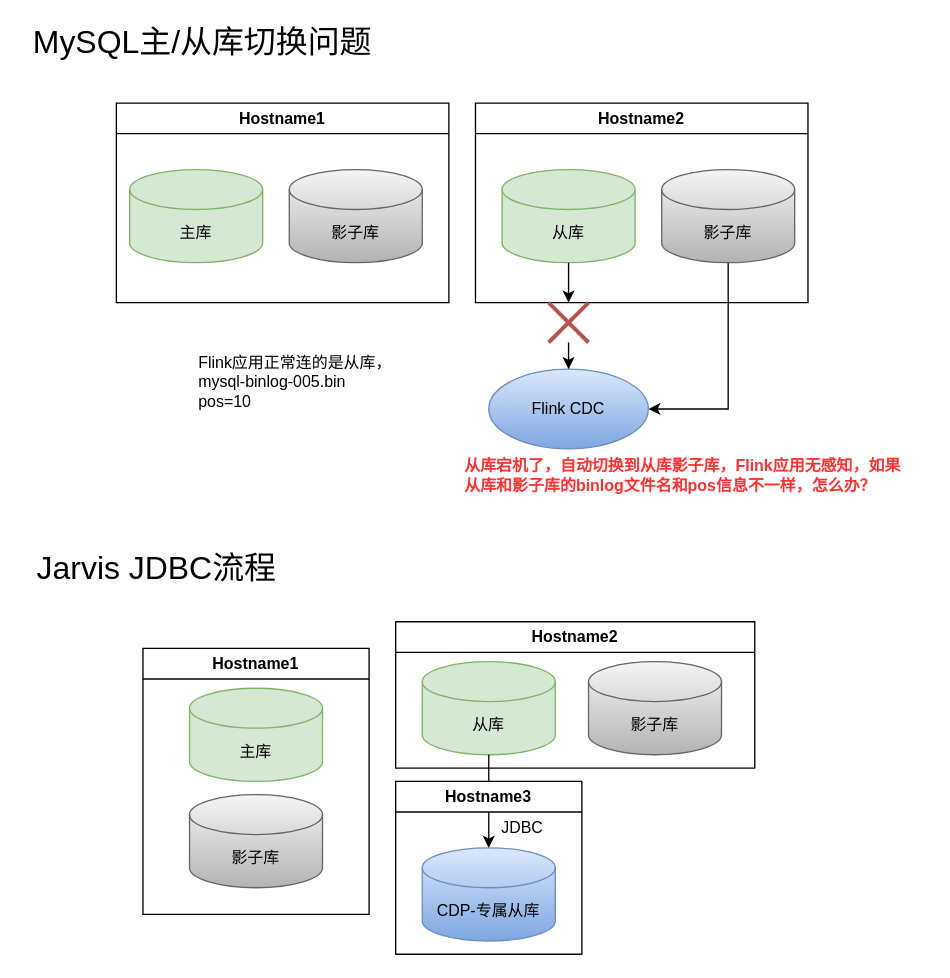
Above: RDS主节点切换.drawio in JonStarkdu/drawio (draw.io), before the change. Source tidied: cells renumbered, new cells numbered last; positions are measured from the earlier drawing's top-left corner, leaving out a move shared by most shapes. Both pictures are drawn from the tidied source at 133%, with x=0, y=0 at pixel (23, 23).
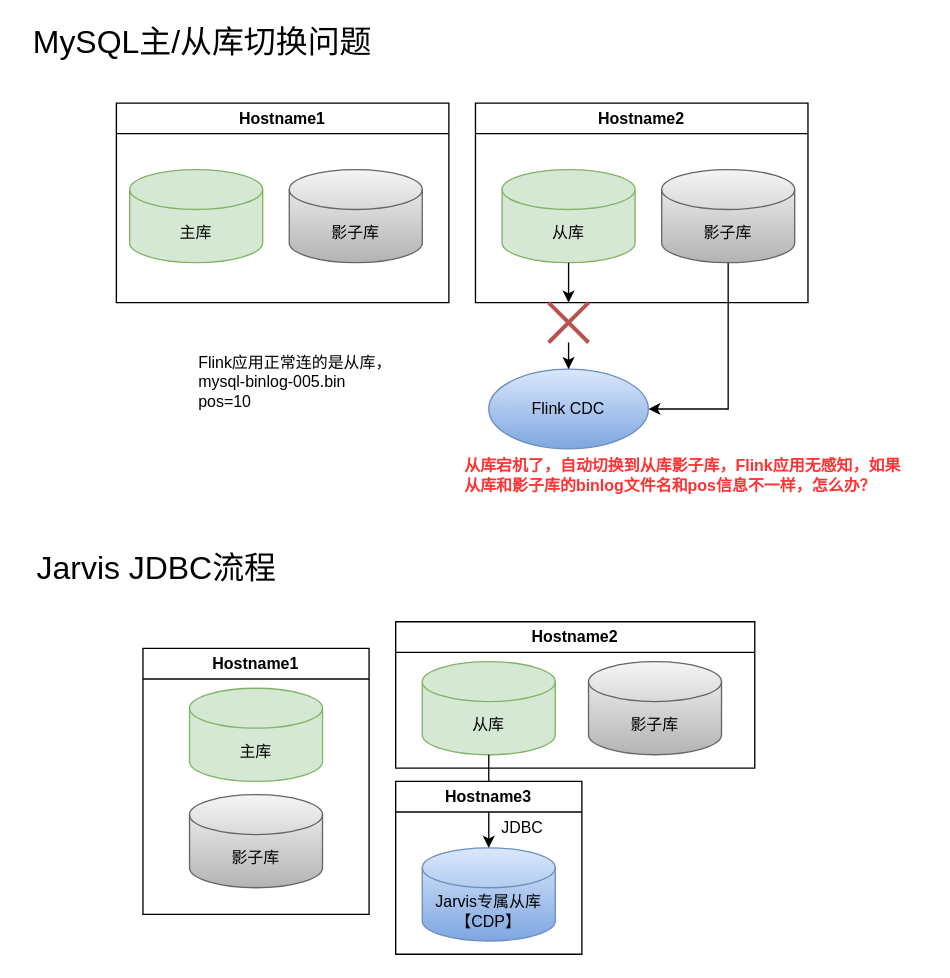
After the change.

What changed in the source:
```diff
@@
-    <mxCell id="19" value="CDP-专属从库" style="shape=cylinder3;whiteSpace=wrap;html=1;boundedLbl=1;backgroundOutline=1;size=15;fillColor=#dae8fc;strokeColor=#6c8ebf;gradientColor=#7ea6e0;" parent="1" vertex="1">
+    <mxCell id="19" value="Jarvis专属从库【CDP】" style="shape=cylinder3;whiteSpace=wrap;html=1;boundedLbl=1;backgroundOutline=1;size=15;fillColor=#dae8fc;strokeColor=#6c8ebf;gradientColor=#7ea6e0;" parent="1" vertex="1">
       <mxGeometry x="300" y="620" width="100" height="70" as="geometry" />
     </mxCell>
```
